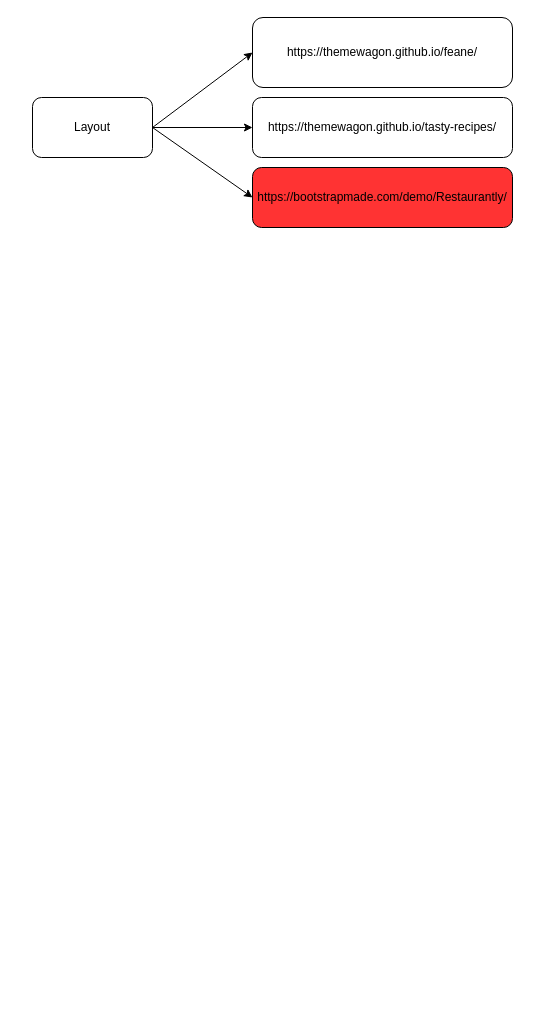
This is page "Estrutura" (1 of 2) of Recipes.drawio from brendoncardoso/django-recipes, a draw.io file, before an edit. Source tidied: cells renumbered, new cells numbered last; positions are measured from the earlier drawing's top-left corner, leaving out a move shared by most shapes. Both pictures are drawn from the tidied source at 100%, with x=0, y=0 at pixel (32, 17).
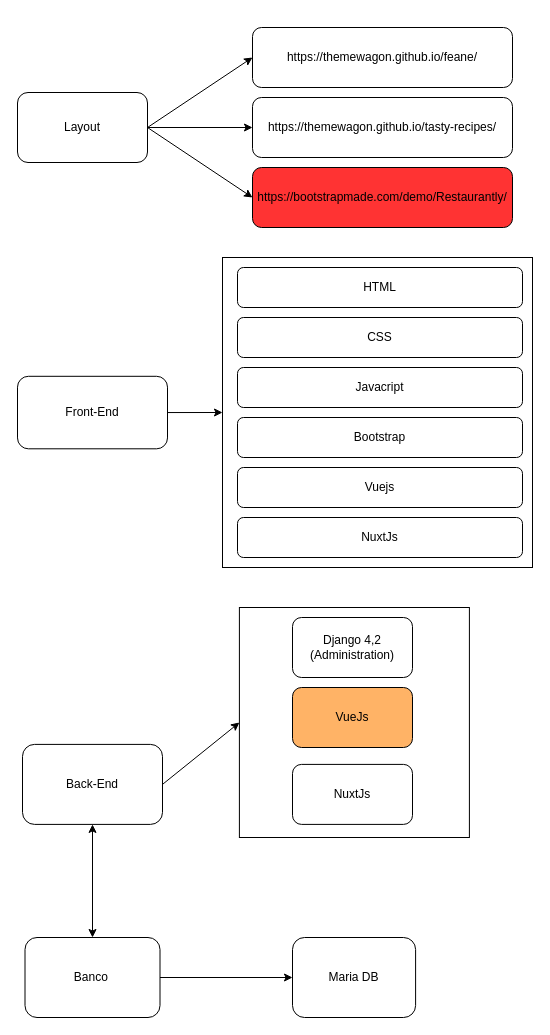
The same page after the edit.

The edit, as a diff of the source:
```diff
@@
     <mxCell id="2" value="Layout" style="rounded=1;whiteSpace=wrap;html=1;" parent="1" vertex="1">
-      <mxGeometry y="80" width="120" height="60" as="geometry" />
+      <mxGeometry x="-15" y="75" width="130" height="70" as="geometry" />
     </mxCell>
@@
     <mxCell id="4" value="https://themewagon.github.io/feane/" style="rounded=1;whiteSpace=wrap;html=1;" parent="1" vertex="1">
-      <mxGeometry x="220" width="260" height="70" as="geometry" />
+      <mxGeometry x="220" y="10" width="260" height="60" as="geometry" />
     </mxCell>
@@
+    <mxCell id="9" value="Front-End" style="rounded=1;whiteSpace=wrap;html=1;" parent="1" vertex="1">
+      <mxGeometry x="-15" y="358.8" width="150" height="72.5" as="geometry" />
+    </mxCell>
+    <mxCell id="10" value="Back-End" style="rounded=1;whiteSpace=wrap;html=1;" parent="1" vertex="1">
+      <mxGeometry x="-10" y="726.9" width="140" height="80" as="geometry" />
+    </mxCell>
+    <mxCell id="11" style="endArrow=classic;html=1;rounded=0;exitX=1;exitY=0.5;exitDx=0;exitDy=0;entryX=0;entryY=0.5;entryDx=0;entryDy=0;" parent="1" edge="1" source="9" target="12">
+      <mxGeometry relative="1" as="geometry" />
+    </mxCell>
+    <mxCell id="12" style="whiteSpace=wrap;html=1;" parent="1" vertex="1">
+      <mxGeometry x="190" y="240" width="310" height="310" as="geometry" />
+    </mxCell>
+    <mxCell id="13" value="HTML" style="rounded=1;whiteSpace=wrap;html=1;" parent="1" vertex="1">
+      <mxGeometry x="205" y="250" width="285" height="40" as="geometry" />
+    </mxCell>
+    <mxCell id="14" value="CSS" style="rounded=1;whiteSpace=wrap;html=1;" parent="1" vertex="1">
+      <mxGeometry x="205" y="300" width="285" height="40" as="geometry" />
+    </mxCell>
+    <mxCell id="15" value="Vuejs" style="rounded=1;whiteSpace=wrap;html=1;" parent="1" vertex="1">
+      <mxGeometry x="205" y="450" width="285" height="40" as="geometry" />
+    </mxCell>
+    <mxCell id="16" value="NuxtJs" style="rounded=1;whiteSpace=wrap;html=1;" parent="1" vertex="1">
+      <mxGeometry x="205" y="500" width="285" height="40" as="geometry" />
+    </mxCell>
+    <mxCell id="17" value="Bootstrap" style="rounded=1;whiteSpace=wrap;html=1;" parent="1" vertex="1">
+      <mxGeometry x="205" y="400" width="285" height="40" as="geometry" />
+    </mxCell>
+    <mxCell id="18" value="Javacript" style="rounded=1;whiteSpace=wrap;html=1;" parent="1" vertex="1">
+      <mxGeometry x="205" y="350" width="285" height="40" as="geometry" />
+    </mxCell>
+    <mxCell id="19" style="endArrow=classic;html=1;rounded=0;exitX=1;exitY=0.5;exitDx=0;exitDy=0;entryX=0;entryY=0.5;entryDx=0;entryDy=0;" parent="1" edge="1" source="10" target="20">
+      <mxGeometry relative="1" as="geometry" />
+    </mxCell>
+    <mxCell id="20" style="whiteSpace=wrap;html=1;" parent="1" vertex="1">
+      <mxGeometry x="206.9" y="590" width="230" height="230" as="geometry" />
+    </mxCell>
+    <mxCell id="21" value="Django 4,2 (Administration)" style="rounded=1;whiteSpace=wrap;html=1;" parent="1" vertex="1">
+      <mxGeometry x="260" y="600" width="120" height="60" as="geometry" />
+    </mxCell>
+    <mxCell id="22" value="VueJs" style="rounded=1;whiteSpace=wrap;html=1;fillColor=#FFB366;" parent="1" vertex="1">
+      <mxGeometry x="260" y="670" width="120" height="60" as="geometry" />
+    </mxCell>
+    <mxCell id="23" value="NuxtJs" style="rounded=1;whiteSpace=wrap;html=1;" parent="1" vertex="1">
+      <mxGeometry x="260" y="746.9" width="120" height="60" as="geometry" />
+    </mxCell>
+    <mxCell id="24" value="Banco&amp;nbsp;" style="rounded=1;whiteSpace=wrap;html=1;" parent="1" vertex="1">
+      <mxGeometry x="-7.5" y="920" width="135" height="80" as="geometry" />
+    </mxCell>
+    <mxCell id="25" style="edgeStyle=orthogonalEdgeStyle;rounded=0;orthogonalLoop=1;jettySize=auto;html=1;exitX=0.5;exitY=1;exitDx=0;exitDy=0;" parent="1" edge="1" source="23" target="23">
+      <mxGeometry relative="1" as="geometry" />
+    </mxCell>
+    <mxCell id="26" style="endArrow=classic;startArrow=classic;html=1;rounded=0;exitX=0.5;exitY=0;exitDx=0;exitDy=0;entryX=0.5;entryY=1;entryDx=0;entryDy=0;" parent="1" edge="1" source="24" target="10">
+      <mxGeometry relative="1" as="geometry" />
+    </mxCell>
+    <mxCell id="27" style="endArrow=classic;html=1;rounded=0;exitX=1;exitY=0.5;exitDx=0;exitDy=0;entryX=0;entryY=0.5;entryDx=0;entryDy=0;" parent="1" edge="1" source="24" target="28">
+      <mxGeometry relative="1" as="geometry" />
+    </mxCell>
+    <mxCell id="28" value="Maria DB" style="rounded=1;whiteSpace=wrap;html=1;" parent="1" vertex="1">
+      <mxGeometry x="260" y="920" width="123.1" height="80" as="geometry" />
+    </mxCell>
```
